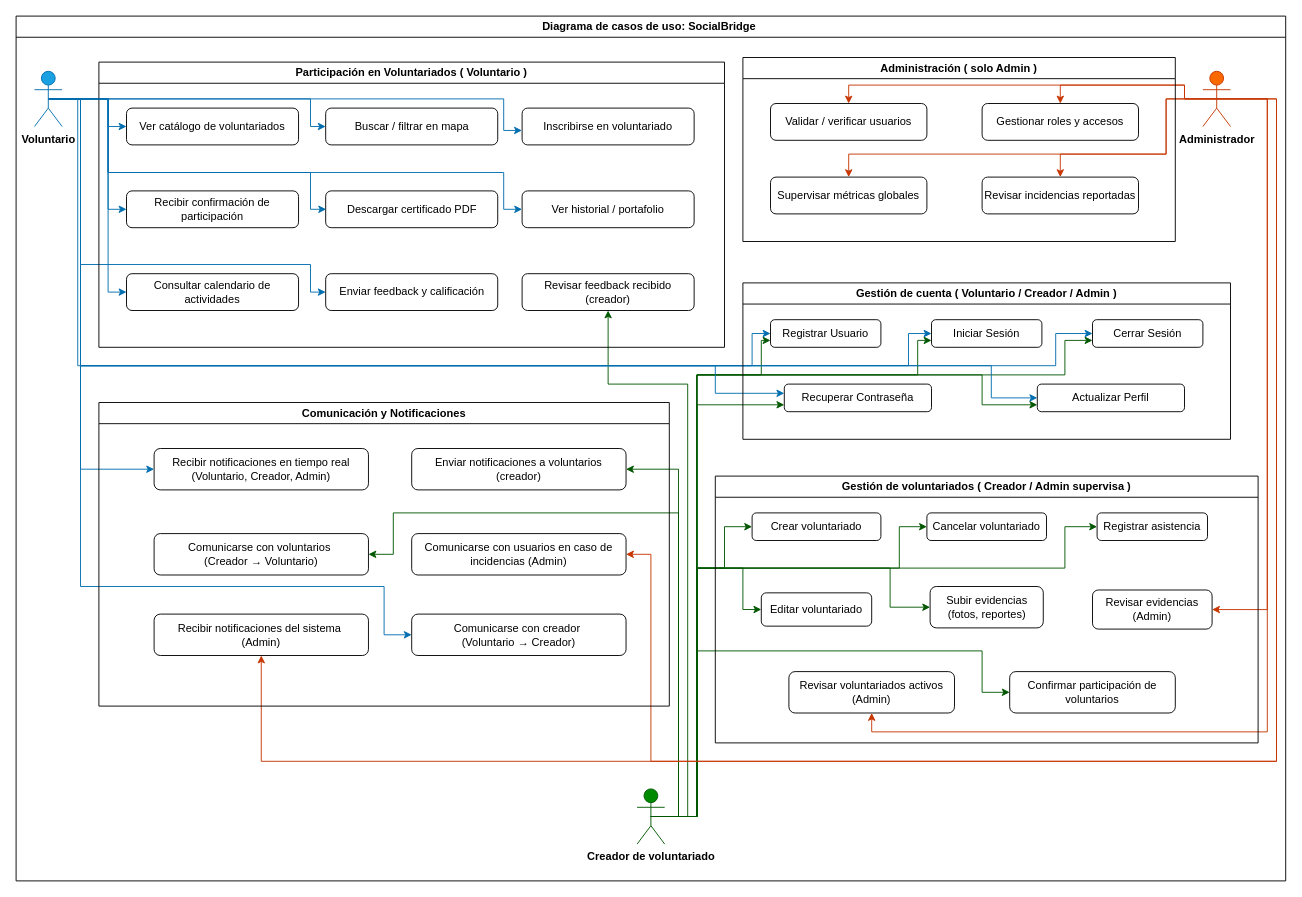
Above: Diagrama sin título.drawio in Neonwaac/8192 (draw.io), before the change. Source tidied: cells renumbered, new cells numbered last; positions are measured from the earlier drawing's top-left corner, leaving out a move shared by most shapes. Both pictures are drawn from the tidied source at 92%, with x=0, y=0 at pixel (16, 16).
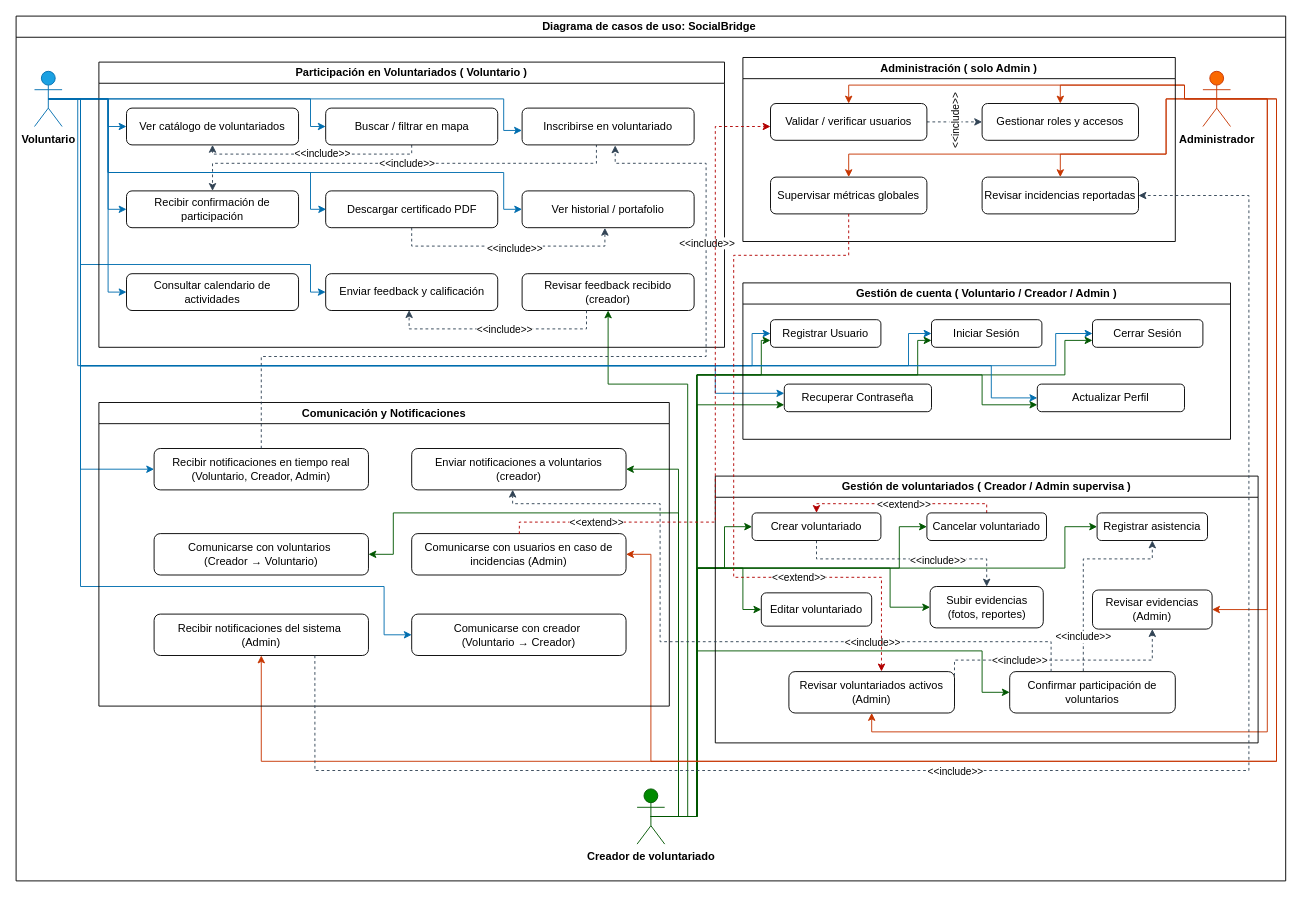
The same diagram, later.

The change refers to these unchanged cells:
```xml
<mxCell id="2" value="Diagrama de casos de uso: SocialBridge&amp;nbsp;" style="swimlane;whiteSpace=wrap;html=1;" parent="1" vertex="1">
  <mxGeometry width="1380" height="940" as="geometry" />
</mxCell>
<mxCell id="47" value="Participación en Voluntariados ( Voluntario )" style="swimlane;whiteSpace=wrap;html=1;" parent="2" vertex="1">
  <mxGeometry x="90" y="50" width="680" height="310" as="geometry" />
</mxCell>
<mxCell id="48" value="Ver catálogo de voluntariados" style="rounded=1;whiteSpace=wrap;html=1;" parent="47" vertex="1">
  <mxGeometry x="30" y="50" width="187" height="40" as="geometry" />
</mxCell>
<mxCell id="49" value="Buscar / filtrar en mapa" style="rounded=1;whiteSpace=wrap;html=1;" parent="47" vertex="1">
  <mxGeometry x="246.5" y="50" width="187" height="40" as="geometry" />
</mxCell>
<mxCell id="50" value="Inscribirse en voluntariado" style="rounded=1;whiteSpace=wrap;html=1;" parent="47" vertex="1">
  <mxGeometry x="460" y="50" width="187" height="40" as="geometry" />
</mxCell>
<mxCell id="51" value="Recibir confirmación de participación" style="rounded=1;whiteSpace=wrap;html=1;" parent="47" vertex="1">
  <mxGeometry x="30" y="140" width="187" height="40" as="geometry" />
</mxCell>
<mxCell id="52" value="Descargar certificado PDF" style="rounded=1;whiteSpace=wrap;html=1;" parent="47" vertex="1">
  <mxGeometry x="246.5" y="140" width="187" height="40" as="geometry" />
</mxCell>
<mxCell id="55" value="Enviar feedback y calificación" style="rounded=1;whiteSpace=wrap;html=1;" parent="47" vertex="1">
  <mxGeometry x="246.5" y="230" width="187" height="40" as="geometry" />
</mxCell>
<mxCell id="59" value="Recibir notificaciones en tiempo real (Voluntario, Creador, Admin)" style="rounded=1;whiteSpace=wrap;html=1;" parent="58" vertex="1">
  <mxGeometry x="60" y="50" width="233" height="45" as="geometry" />
</mxCell>
<mxCell id="60" value="Enviar notificaciones a voluntarios (creador)" style="rounded=1;whiteSpace=wrap;html=1;" parent="58" vertex="1">
  <mxGeometry x="340" y="50" width="233" height="45" as="geometry" />
</mxCell>
<mxCell id="64" value="Recibir notificaciones del sistema&amp;nbsp;&lt;div&gt;(Admin)&lt;/div&gt;" style="rounded=1;whiteSpace=wrap;html=1;" parent="58" vertex="1">
  <mxGeometry x="60" y="230" width="233" height="45" as="geometry" />
</mxCell>
<mxCell id="65" value="Administración ( solo Admin )" style="swimlane;whiteSpace=wrap;html=1;" parent="2" vertex="1">
  <mxGeometry x="790" y="45" width="470" height="200" as="geometry" />
</mxCell>
<mxCell id="66" value="Validar / verificar usuarios" style="rounded=1;whiteSpace=wrap;html=1;" parent="65" vertex="1">
  <mxGeometry x="30" y="50" width="170" height="40" as="geometry" />
</mxCell>
<mxCell id="67" value="Gestionar roles y accesos" style="rounded=1;whiteSpace=wrap;html=1;" parent="65" vertex="1">
  <mxGeometry x="260" y="50" width="170" height="40" as="geometry" />
</mxCell>
<mxCell id="68" value="Supervisar métricas globales" style="rounded=1;whiteSpace=wrap;html=1;" parent="65" vertex="1">
  <mxGeometry x="30" y="130" width="170" height="40" as="geometry" />
</mxCell>
<mxCell id="69" value="Revisar incidencias reportadas" style="rounded=1;whiteSpace=wrap;html=1;" parent="65" vertex="1">
  <mxGeometry x="260" y="130" width="170" height="40" as="geometry" />
</mxCell>
<mxCell id="70" value="Gestión de voluntariados ( Creador / Admin supervisa )" style="swimlane;whiteSpace=wrap;html=1;" parent="2" vertex="1">
  <mxGeometry x="760" y="500" width="590" height="290" as="geometry" />
</mxCell>
<mxCell id="71" value="Crear voluntariado" style="rounded=1;whiteSpace=wrap;html=1;" parent="70" vertex="1">
  <mxGeometry x="40" y="40" width="140" height="30" as="geometry" />
</mxCell>
<mxCell id="73" value="Cancelar voluntariado" style="rounded=1;whiteSpace=wrap;html=1;" parent="70" vertex="1">
  <mxGeometry x="230" y="40" width="130" height="30" as="geometry" />
</mxCell>
<mxCell id="74" value="Confirmar participación de voluntarios" style="rounded=1;whiteSpace=wrap;html=1;" parent="70" vertex="1">
  <mxGeometry x="320" y="212.5" width="180" height="45" as="geometry" />
</mxCell>
<mxCell id="75" value="Registrar asistencia" style="rounded=1;whiteSpace=wrap;html=1;" parent="70" vertex="1">
  <mxGeometry x="415" y="40" width="120" height="30" as="geometry" />
</mxCell>
<mxCell id="76" value="Subir evidencias (fotos, reportes)" style="rounded=1;whiteSpace=wrap;html=1;" parent="70" vertex="1">
  <mxGeometry x="233.5" y="120" width="123" height="45" as="geometry" />
</mxCell>
<mxCell id="77" value="Revisar voluntariados activos (Admin)" style="rounded=1;whiteSpace=wrap;html=1;" parent="70" vertex="1">
  <mxGeometry x="80" y="212.5" width="180" height="45" as="geometry" />
</mxCell>
<mxCell id="78" value="Revisar evidencias (Admin)" style="rounded=1;whiteSpace=wrap;html=1;" parent="70" vertex="1">
  <mxGeometry x="410" y="123.8" width="130" height="42.5" as="geometry" />
</mxCell>
```

Change to the diagram source:
```diff
@@
+    <mxCell id="81" style="edgeStyle=orthogonalEdgeStyle;rounded=0;jettySize=auto;html=1;exitX=0.5;exitY=1;exitDx=0;exitDy=0;entryX=0.5;entryY=1;entryDx=0;entryDy=0;dashed=1;fillColor=#647687;strokeColor=#314354;" parent="47" edge="1" source="49" target="48">
+      <mxGeometry relative="1" as="geometry">
+        <Array as="points">
+          <mxPoint x="340" y="100" />
+          <mxPoint x="123" y="100" />
+        </Array>
+      </mxGeometry>
+    </mxCell>
+    <mxCell id="82" value="&lt;font style=&quot;color: light-dark(rgb(0, 0, 0), rgb(102, 102, 102));&quot;&gt;&amp;lt;&amp;lt;&lt;font style=&quot;&quot;&gt;include&lt;/font&gt;&amp;gt;&amp;gt;&lt;/font&gt;" style="edgeLabel;html=1;align=center;verticalAlign=middle;" parent="81" vertex="1">
+      <mxGeometry x="-0.09" y="-1" relative="1" as="geometry" />
+    </mxCell>
@@
+    <mxCell id="83" style="edgeStyle=orthogonalEdgeStyle;rounded=0;jettySize=auto;html=1;exitX=0.432;exitY=0.987;exitDx=0;exitDy=0;entryX=0.5;entryY=0;entryDx=0;entryDy=0;dashed=1;fillColor=#647687;strokeColor=#314354;exitPerimeter=0;" parent="47" edge="1" source="50" target="51">
+      <mxGeometry relative="1" as="geometry">
+        <Array as="points">
+          <mxPoint x="541" y="110" />
+          <mxPoint x="124" y="110" />
+        </Array>
+      </mxGeometry>
+    </mxCell>
+    <mxCell id="84" value="&lt;font style=&quot;color: light-dark(rgb(0, 0, 0), rgb(128, 128, 128));&quot;&gt;&amp;lt;&amp;lt;include&amp;gt;&amp;gt;&lt;/font&gt;" style="edgeLabel;html=1;align=center;verticalAlign=middle;" parent="83" vertex="1">
+      <mxGeometry x="-0.03" y="-1" relative="1" as="geometry" />
+    </mxCell>
@@
+    <mxCell id="85" style="edgeStyle=orthogonalEdgeStyle;rounded=0;jettySize=auto;html=1;exitX=0.5;exitY=1;exitDx=0;exitDy=0;fillColor=#647687;strokeColor=#314354;dashed=1;" parent="47" edge="1" source="52">
+      <mxGeometry relative="1" as="geometry">
+        <mxPoint x="550" y="180.2" as="targetPoint" />
+        <Array as="points">
+          <mxPoint x="340" y="200" />
+          <mxPoint x="550" y="200" />
+        </Array>
+      </mxGeometry>
+    </mxCell>
+    <mxCell id="86" value="&lt;font style=&quot;color: light-dark(rgb(0, 0, 0), rgb(128, 128, 128));&quot;&gt;&amp;lt;&amp;lt;include&amp;gt;&amp;gt;&lt;/font&gt;" style="edgeLabel;html=1;align=center;verticalAlign=middle;" parent="85" vertex="1">
+      <mxGeometry x="0.05" y="-2" relative="1" as="geometry" />
+    </mxCell>
@@
+    <mxCell id="87" style="edgeStyle=orthogonalEdgeStyle;rounded=0;jettySize=auto;html=1;entryX=0.485;entryY=0.991;entryDx=0;entryDy=0;entryPerimeter=0;fillColor=#647687;strokeColor=#314354;dashed=1;" parent="47" edge="1" target="55">
+      <mxGeometry relative="1" as="geometry">
+        <mxPoint x="530" y="270" as="sourcePoint" />
+        <Array as="points">
+          <mxPoint x="530" y="290" />
+          <mxPoint x="337" y="290" />
+        </Array>
+      </mxGeometry>
+    </mxCell>
+    <mxCell id="88" value="&lt;font style=&quot;color: light-dark(rgb(0, 0, 0), rgb(128, 128, 128));&quot;&gt;&amp;lt;&amp;lt;include&amp;gt;&amp;gt;&lt;/font&gt;" style="edgeLabel;html=1;align=center;verticalAlign=middle;" parent="47" vertex="1">
+      <mxGeometry x="440" y="290" as="geometry" />
+    </mxCell>
@@
+    <mxCell id="89" style="edgeStyle=orthogonalEdgeStyle;rounded=0;jettySize=auto;html=1;exitX=1;exitY=0.5;exitDx=0;exitDy=0;entryX=0;entryY=0.5;entryDx=0;entryDy=0;fillColor=#647687;strokeColor=#314354;dashed=1;" parent="65" edge="1" source="66" target="67">
+      <mxGeometry relative="1" as="geometry" />
+    </mxCell>
@@
+    <mxCell id="90" value="&lt;font style=&quot;color: light-dark(rgb(0, 0, 0), rgb(102, 102, 102));&quot;&gt;&amp;lt;&amp;lt;include&amp;gt;&amp;gt;&lt;/font&gt;" style="edgeLabel;html=1;align=center;verticalAlign=middle;rotation=-90;" parent="65" vertex="1">
+      <mxGeometry x="230" y="70" as="geometry" />
+    </mxCell>
@@
+    <mxCell id="91" style="edgeStyle=orthogonalEdgeStyle;rounded=0;jettySize=auto;html=1;exitX=0.5;exitY=1;exitDx=0;exitDy=0;fillColor=#647687;strokeColor=#314354;dashed=1;" parent="70" edge="1" source="71" target="76">
+      <mxGeometry relative="1" as="geometry">
+        <Array as="points">
+          <mxPoint x="110" y="90" />
+          <mxPoint x="295" y="90" />
+        </Array>
+      </mxGeometry>
+    </mxCell>
+    <mxCell id="92" value="&lt;br&gt;&lt;div&gt;&lt;br&gt;&lt;/div&gt;" style="edgeLabel;html=1;align=center;verticalAlign=middle;" parent="91" vertex="1">
+      <mxGeometry x="0.1" y="-3" relative="1" as="geometry" />
+    </mxCell>
+    <mxCell id="93" value="&lt;font style=&quot;color: light-dark(rgb(0, 0, 0), rgb(102, 102, 102));&quot;&gt;&amp;lt;&amp;lt;include&amp;gt;&amp;gt;&lt;/font&gt;" style="edgeLabel;html=1;align=center;verticalAlign=middle;" parent="91" vertex="1">
+      <mxGeometry x="0.02" y="-1" relative="1" as="geometry">
+        <mxPoint x="31" as="offset" />
+      </mxGeometry>
+    </mxCell>
@@
+    <mxCell id="94" style="edgeStyle=orthogonalEdgeStyle;rounded=0;jettySize=auto;html=1;exitX=0.5;exitY=0;exitDx=0;exitDy=0;entryX=0.5;entryY=0;entryDx=0;entryDy=0;fillColor=#e51400;strokeColor=light-dark(#B20000,#FF0000);dashed=1;" parent="70" edge="1" source="73" target="71">
+      <mxGeometry relative="1" as="geometry">
+        <Array as="points">
+          <mxPoint x="295" y="30" />
+          <mxPoint x="110" y="30" />
+        </Array>
+      </mxGeometry>
+    </mxCell>
+    <mxCell id="95" value="&lt;font style=&quot;color: light-dark(rgb(0, 0, 0), rgb(255, 0, 0));&quot;&gt;&amp;lt;&amp;lt;extend&amp;gt;&amp;gt;&lt;/font&gt;" style="edgeLabel;html=1;align=center;verticalAlign=middle;" parent="94" vertex="1">
+      <mxGeometry x="-0.01" relative="1" as="geometry" />
+    </mxCell>
@@
+    <mxCell id="96" style="edgeStyle=orthogonalEdgeStyle;rounded=0;jettySize=auto;html=1;entryX=0.5;entryY=1;entryDx=0;entryDy=0;dashed=1;fillColor=#647687;strokeColor=#314354;" parent="70" edge="1" target="75">
+      <mxGeometry relative="1" as="geometry">
+        <mxPoint x="400" y="212" as="sourcePoint" />
+        <Array as="points">
+          <mxPoint x="400" y="212" />
+          <mxPoint x="400" y="90" />
+          <mxPoint x="475" y="90" />
+        </Array>
+      </mxGeometry>
+    </mxCell>
+    <mxCell id="97" value="&lt;font style=&quot;color: light-dark(rgb(0, 0, 0), rgb(102, 102, 102));&quot;&gt;&amp;lt;&amp;lt;include&amp;gt;&amp;gt;&lt;/font&gt;" style="edgeLabel;html=1;align=center;verticalAlign=middle;" parent="96" vertex="1">
+      <mxGeometry x="-0.36" y="1" relative="1" as="geometry">
+        <mxPoint y="31" as="offset" />
+      </mxGeometry>
+    </mxCell>
@@
+    <mxCell id="98" style="edgeStyle=orthogonalEdgeStyle;rounded=0;jettySize=auto;html=1;exitX=1;exitY=0.5;exitDx=0;exitDy=0;entryX=0.5;entryY=1;entryDx=0;entryDy=0;fillColor=#647687;strokeColor=#314354;dashed=1;" parent="70" edge="1" source="77" target="78">
+      <mxGeometry relative="1" as="geometry">
+        <Array as="points">
+          <mxPoint x="260" y="200" />
+          <mxPoint x="475" y="200" />
+        </Array>
+      </mxGeometry>
+    </mxCell>
@@
+    <mxCell id="99" value="&lt;font style=&quot;color: light-dark(rgb(0, 0, 0), rgb(102, 102, 102));&quot;&gt;&amp;lt;&amp;lt;include&amp;gt;&amp;gt;&lt;/font&gt;" style="edgeLabel;html=1;align=center;verticalAlign=middle;" parent="70" vertex="1">
+      <mxGeometry x="330" y="200" as="geometry" />
+    </mxCell>
@@
+    <mxCell id="100" style="edgeStyle=orthogonalEdgeStyle;rounded=0;jettySize=auto;html=1;exitX=0.5;exitY=0;exitDx=0;exitDy=0;entryX=0.541;entryY=1.014;entryDx=0;entryDy=0;entryPerimeter=0;fillColor=#647687;strokeColor=#314354;dashed=1;" parent="2" edge="1" source="59" target="50">
+      <mxGeometry relative="1" as="geometry">
+        <Array as="points">
+          <mxPoint x="267" y="370" />
+          <mxPoint x="750" y="370" />
+          <mxPoint x="750" y="160" />
+          <mxPoint x="651" y="160" />
+        </Array>
+      </mxGeometry>
+    </mxCell>
+    <mxCell id="101" value="&lt;font style=&quot;color: light-dark(rgb(0, 0, 0), rgb(102, 102, 102));&quot;&gt;&amp;lt;&amp;lt;include&amp;gt;&amp;gt;&lt;/font&gt;" style="edgeLabel;html=1;align=center;verticalAlign=middle;" parent="100" vertex="1">
+      <mxGeometry x="0.55" relative="1" as="geometry" />
+    </mxCell>
+    <mxCell id="102" style="edgeStyle=orthogonalEdgeStyle;rounded=0;jettySize=auto;html=1;exitX=0.25;exitY=0;exitDx=0;exitDy=0;entryX=0.471;entryY=0.996;entryDx=0;entryDy=0;entryPerimeter=0;fillColor=#647687;strokeColor=#314354;dashed=1;" parent="2" edge="1" source="74" target="60">
+      <mxGeometry relative="1" as="geometry">
+        <Array as="points">
+          <mxPoint x="1125" y="680" />
+          <mxPoint x="700" y="680" />
+          <mxPoint x="700" y="530" />
+          <mxPoint x="540" y="530" />
+        </Array>
+      </mxGeometry>
+    </mxCell>
+    <mxCell id="103" value="&lt;font style=&quot;color: light-dark(rgb(0, 0, 0), rgb(102, 102, 102));&quot;&gt;&amp;lt;&amp;lt;include&amp;gt;&amp;gt;&lt;/font&gt;" style="edgeLabel;html=1;align=center;verticalAlign=middle;" parent="2" vertex="1">
+      <mxGeometry x="930" y="680" as="geometry" />
+    </mxCell>
+    <mxCell id="104" style="edgeStyle=orthogonalEdgeStyle;rounded=0;jettySize=auto;html=1;exitX=0.5;exitY=1;exitDx=0;exitDy=0;entryX=0.559;entryY=-0.004;entryDx=0;entryDy=0;entryPerimeter=0;fillColor=#e51400;strokeColor=light-dark(#B20000,#FF0000);dashed=1;" parent="2" edge="1" source="68" target="77">
+      <mxGeometry relative="1" as="geometry">
+        <Array as="points">
+          <mxPoint x="905" y="260" />
+          <mxPoint x="780" y="260" />
+          <mxPoint x="780" y="610" />
+          <mxPoint x="940" y="610" />
+          <mxPoint x="940" y="712" />
+        </Array>
+      </mxGeometry>
+    </mxCell>
+    <mxCell id="105" value="&lt;font style=&quot;color: light-dark(rgb(0, 0, 0), rgb(255, 0, 0));&quot;&gt;&amp;lt;&amp;lt;extend&amp;gt;&amp;gt;&lt;/font&gt;" style="edgeLabel;html=1;align=center;verticalAlign=middle;" parent="2" vertex="1">
+      <mxGeometry x="850" y="610" as="geometry" />
+    </mxCell>
+    <mxCell id="106" style="edgeStyle=orthogonalEdgeStyle;rounded=0;jettySize=auto;html=1;exitX=0.75;exitY=1;exitDx=0;exitDy=0;entryX=1;entryY=0.5;entryDx=0;entryDy=0;fillColor=#647687;strokeColor=#314354;dashed=1;" parent="2" edge="1" source="64" target="69">
+      <mxGeometry relative="1" as="geometry">
+        <Array as="points">
+          <mxPoint x="325" y="820" />
+          <mxPoint x="1340" y="820" />
+          <mxPoint x="1340" y="195" />
+        </Array>
+      </mxGeometry>
+    </mxCell>
+    <mxCell id="107" value="&lt;font style=&quot;color: light-dark(rgb(0, 0, 0), rgb(128, 128, 128));&quot;&gt;&amp;lt;&amp;lt;include&amp;gt;&amp;gt;&lt;/font&gt;" style="edgeLabel;html=1;align=center;verticalAlign=middle;" parent="2" vertex="1">
+      <mxGeometry x="1020" y="820" as="geometry" />
+    </mxCell>
+    <mxCell id="108" style="edgeStyle=orthogonalEdgeStyle;rounded=0;jettySize=auto;html=1;fillColor=#e51400;strokeColor=light-dark(#B20000,#FF0000);dashed=1;" parent="2" edge="1" target="66">
+      <mxGeometry relative="1" as="geometry">
+        <mxPoint x="547" y="563" as="sourcePoint" />
+        <Array as="points">
+          <mxPoint x="547" y="550" />
+          <mxPoint x="760" y="550" />
+          <mxPoint x="760" y="120" />
+        </Array>
+      </mxGeometry>
+    </mxCell>
+    <mxCell id="109" value="&lt;font style=&quot;color: light-dark(rgb(0, 0, 0), rgb(255, 0, 0));&quot;&gt;&amp;lt;&amp;lt;extend&amp;gt;&amp;gt;&lt;/font&gt;" style="edgeLabel;html=1;align=center;verticalAlign=middle;" parent="2" vertex="1">
+      <mxGeometry x="630" y="550" as="geometry" />
+    </mxCell>
```
